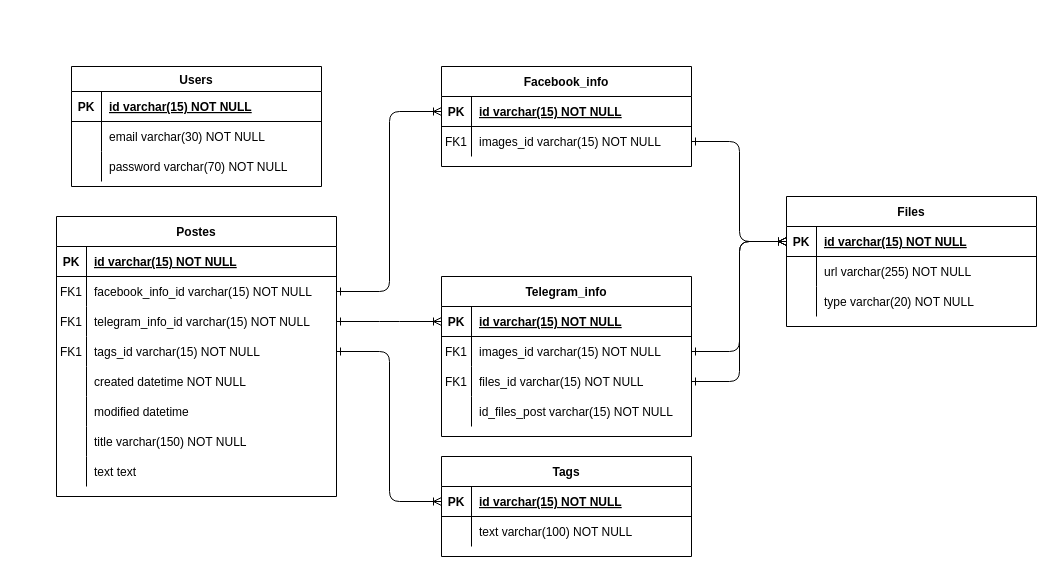
Earlier version of the draw.io diagram BD.drawio (VanyaKupnevskij/postes_services). Source tidied: cells renumbered, new cells numbered last; positions are measured from the earlier drawing's top-left corner, leaving out a move shared by most shapes. Both pictures are drawn from the tidied source at 100%, with x=0, y=0 at pixel (56, 66).
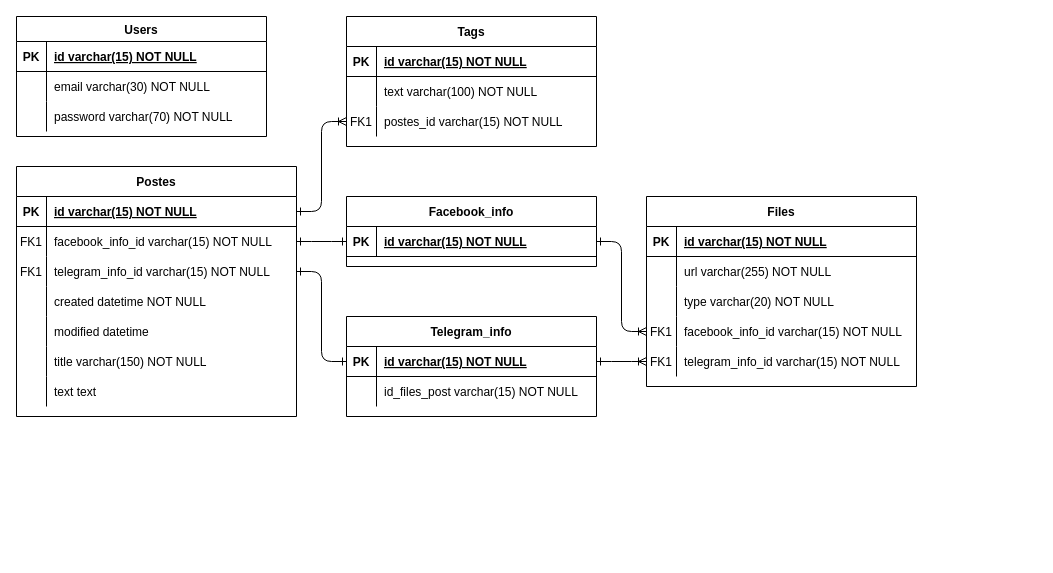
The same diagram, later.

Commit message (it also covers changes not shown here):
update Diagram BD; refactor controllers

Unchanged cells that the change refers to:
```xml
<mxCell id="3" style="shape=partialRectangle;fillColor=none;points=[[0,0.5],[1,0.5]];portConstraint=eastwest;top=0;left=0;right=0;bottom=1;" parent="2" vertex="1">
  <mxGeometry y="30" width="280" height="30" as="geometry" />
</mxCell>
<mxCell id="6" style="shape=partialRectangle;fillColor=none;points=[[0,0.5],[1,0.5]];portConstraint=eastwest;top=0;left=0;right=0;bottom=0;" parent="2" vertex="1">
  <mxGeometry y="60" width="280" height="30" as="geometry" />
</mxCell>
<mxCell id="9" style="shape=partialRectangle;fillColor=none;points=[[0,0.5],[1,0.5]];portConstraint=eastwest;top=0;left=0;right=0;bottom=0;" parent="2" vertex="1">
  <mxGeometry y="90" width="280" height="30" as="geometry" />
</mxCell>
<mxCell id="28" style="shape=partialRectangle;fillColor=none;points=[[0,0.5],[1,0.5]];portConstraint=eastwest;top=0;left=0;right=0;bottom=1;" parent="27" vertex="1">
  <mxGeometry y="30" width="250" height="30" as="geometry" />
</mxCell>
<mxCell id="56" style="shape=partialRectangle;fillColor=none;points=[[0,0.5],[1,0.5]];portConstraint=eastwest;top=0;left=0;right=0;bottom=1;" parent="55" vertex="1">
  <mxGeometry y="30" width="250" height="30" as="geometry" />
</mxCell>
<mxCell id="73" style="shape=partialRectangle;fillColor=none;points=[[0,0.5],[1,0.5]];portConstraint=eastwest;top=0;left=0;right=0;bottom=1;" parent="72" vertex="1">
  <mxGeometry y="30" width="250" height="30" as="geometry" />
</mxCell>
```

Change to the diagram source:
```diff
@@
     <mxCell id="2" value="Postes" style="shape=table;startSize=30;childLayout=tableLayout;rowLines=0;fontStyle=1;align=center;" parent="1" vertex="1">
-      <mxGeometry y="150" width="280" height="280" as="geometry" />
+      <mxGeometry x="-40" y="100" width="280" height="250" as="geometry" />
     </mxCell>
@@
-    <mxCell id="12" style="shape=partialRectangle;fillColor=none;points=[[0,0.5],[1,0.5]];portConstraint=eastwest;top=0;left=0;right=0;bottom=0;" parent="2" vertex="1">
-      <mxGeometry y="120" width="280" height="30" as="geometry" />
-    </mxCell>
-    <mxCell id="13" value="FK1" style="shape=partialRectangle;overflow=hidden;fillColor=none;top=0;left=0;bottom=0;right=0;" parent="12" vertex="1">
-      <mxGeometry width="30" height="30" as="geometry" />
-    </mxCell>
-    <mxCell id="14" value="tags_id varchar(15) NOT NULL" style="shape=partialRectangle;overflow=hidden;fillColor=none;top=0;left=0;bottom=0;right=0;align=left;spacingLeft=6;" parent="12" vertex="1">
-      <mxGeometry x="30" width="250" height="30" as="geometry" />
-    </mxCell>
     <mxCell id="15" style="shape=partialRectangle;fillColor=none;top=0;left=0;right=0;bottom=0;" parent="2" vertex="1">
-      <mxGeometry y="150" width="280" height="30" as="geometry" />
+      <mxGeometry y="120" width="280" height="30" as="geometry" />
     </mxCell>
@@
     <mxCell id="18" style="shape=partialRectangle;fillColor=none;top=0;left=0;right=0;bottom=0;" parent="2" vertex="1">
-      <mxGeometry y="180" width="280" height="30" as="geometry" />
+      <mxGeometry y="150" width="280" height="30" as="geometry" />
     </mxCell>
@@
     <mxCell id="21" style="shape=partialRectangle;fillColor=none;top=0;left=0;right=0;bottom=0;" parent="2" vertex="1">
-      <mxGeometry y="210" width="280" height="30" as="geometry" />
+      <mxGeometry y="180" width="280" height="30" as="geometry" />
     </mxCell>
@@
     <mxCell id="24" style="shape=partialRectangle;fillColor=none;top=0;left=0;right=0;bottom=0;" parent="2" vertex="1">
-      <mxGeometry y="240" width="280" height="30" as="geometry" />
+      <mxGeometry y="210" width="280" height="30" as="geometry" />
     </mxCell>
@@
     <mxCell id="27" value="Facebook_info" style="shape=table;startSize=30;childLayout=tableLayout;rowLines=0;fontStyle=1;align=center;" parent="1" vertex="1">
-      <mxGeometry x="385" width="250" height="100" as="geometry" />
+      <mxGeometry x="290" y="130" width="250" height="70" as="geometry" />
     </mxCell>
@@
-    <mxCell id="31" style="shape=partialRectangle;fillColor=none;points=[[0,0.5],[1,0.5]];portConstraint=eastwest;top=0;left=0;right=0;bottom=0;" parent="27" vertex="1">
-      <mxGeometry y="60" width="250" height="30" as="geometry" />
-    </mxCell>
-    <mxCell id="32" value="FK1" style="shape=partialRectangle;overflow=hidden;fillColor=none;top=0;left=0;bottom=0;right=0;" parent="31" vertex="1">
-      <mxGeometry width="30" height="30" as="geometry" />
-    </mxCell>
-    <mxCell id="33" value="images_id varchar(15) NOT NULL" style="shape=partialRectangle;overflow=hidden;fillColor=none;top=0;left=0;bottom=0;right=0;align=left;spacingLeft=6;" parent="31" vertex="1">
-      <mxGeometry x="30" width="220" height="30" as="geometry" />
-    </mxCell>
     <mxCell id="34" value="Users" style="shape=table;startSize=25;childLayout=tableLayout;rowLines=0;fontStyle=1;align=center;" parent="1" vertex="1">
-      <mxGeometry x="15" width="250" height="120" as="geometry" />
+      <mxGeometry x="-40" y="-50" width="250" height="120" as="geometry" />
     </mxCell>
@@
     <mxCell id="44" value="Files" style="shape=table;startSize=30;childLayout=tableLayout;rowLines=0;fontStyle=1;align=center;" parent="1" vertex="1">
-      <mxGeometry x="730" y="130" width="250" height="130" as="geometry" />
+      <mxGeometry x="590" y="130" width="270" height="190" as="geometry" />
     </mxCell>
     <mxCell id="45" style="shape=partialRectangle;fillColor=none;points=[[0,0.5],[1,0.5]];portConstraint=eastwest;top=0;left=0;right=0;bottom=1;" parent="44" vertex="1">
-      <mxGeometry y="30" width="250" height="30" as="geometry" />
+      <mxGeometry y="30" width="270" height="30" as="geometry" />
     </mxCell>
@@
     <mxCell id="47" value="id varchar(15) NOT NULL " style="shape=partialRectangle;overflow=hidden;fillColor=none;top=0;left=0;bottom=0;right=0;align=left;spacingLeft=6;fontStyle=5;" parent="45" vertex="1">
-      <mxGeometry x="30" width="220" height="30" as="geometry" />
+      <mxGeometry x="30" width="240" height="30" as="geometry" />
     </mxCell>
     <mxCell id="48" style="shape=partialRectangle;fillColor=none;top=0;left=0;right=0;bottom=0;" parent="44" vertex="1">
-      <mxGeometry y="60" width="250" height="30" as="geometry" />
+      <mxGeometry y="60" width="270" height="30" as="geometry" />
     </mxCell>
@@
     <mxCell id="50" value="url varchar(255) NOT NULL" style="shape=partialRectangle;overflow=hidden;fillColor=none;top=0;left=0;bottom=0;right=0;align=left;spacingLeft=6;" parent="48" vertex="1">
-      <mxGeometry x="30" width="220" height="30" as="geometry" />
+      <mxGeometry x="30" width="240" height="30" as="geometry" />
     </mxCell>
     <mxCell id="51" style="shape=partialRectangle;fillColor=none;top=0;left=0;right=0;bottom=0;" parent="44" vertex="1">
-      <mxGeometry y="90" width="250" height="30" as="geometry" />
+      <mxGeometry y="90" width="270" height="30" as="geometry" />
     </mxCell>
@@
     <mxCell id="53" value="type varchar(20) NOT NULL" style="shape=partialRectangle;overflow=hidden;fillColor=none;top=0;left=0;bottom=0;right=0;align=left;spacingLeft=6;" parent="51" vertex="1">
-      <mxGeometry x="30" width="220" height="30" as="geometry" />
+      <mxGeometry x="30" width="240" height="30" as="geometry" />
     </mxCell>
+    <mxCell id="31" style="shape=partialRectangle;fillColor=none;points=[[0,0.5],[1,0.5]];portConstraint=eastwest;top=0;left=0;right=0;bottom=0;" parent="44" vertex="1">
+      <mxGeometry y="120" width="270" height="30" as="geometry" />
+    </mxCell>
+    <mxCell id="32" value="FK1" style="shape=partialRectangle;overflow=hidden;fillColor=none;top=0;left=0;bottom=0;right=0;" parent="31" vertex="1">
+      <mxGeometry width="30" height="30" as="geometry" />
+    </mxCell>
+    <mxCell id="33" value="facebook_info_id varchar(15) NOT NULL" style="shape=partialRectangle;overflow=hidden;fillColor=none;top=0;left=0;bottom=0;right=0;align=left;spacingLeft=6;" parent="31" vertex="1">
+      <mxGeometry x="30" width="240" height="30" as="geometry" />
+    </mxCell>
+    <mxCell id="80" style="shape=partialRectangle;fillColor=none;points=[[0,0.5],[1,0.5]];portConstraint=eastwest;top=0;left=0;right=0;bottom=0;" parent="44" vertex="1">
+      <mxGeometry y="150" width="270" height="30" as="geometry" />
+    </mxCell>
+    <mxCell id="81" value="FK1" style="shape=partialRectangle;overflow=hidden;fillColor=none;top=0;left=0;bottom=0;right=0;" parent="80" vertex="1">
+      <mxGeometry width="30" height="30" as="geometry" />
+    </mxCell>
+    <mxCell id="82" value="telegram_info_id varchar(15) NOT NULL" style="shape=partialRectangle;overflow=hidden;fillColor=none;top=0;left=0;bottom=0;right=0;align=left;spacingLeft=6;" parent="80" vertex="1">
+      <mxGeometry x="30" width="240" height="30" as="geometry" />
+    </mxCell>
-    <mxCell id="54" style="edgeStyle=elbowEdgeStyle;html=1;startArrow=ERone;startFill=0;endArrow=ERoneToMany;endFill=0;" parent="1" edge="1" source="6" target="28">
+    <mxCell id="54" style="edgeStyle=elbowEdgeStyle;html=1;startArrow=ERone;startFill=0;endArrow=ERone;endFill=0;" parent="1" edge="1" source="6" target="28">
       <mxGeometry relative="1" as="geometry" />
     </mxCell>
     <mxCell id="55" value="Telegram_info" style="shape=table;startSize=30;childLayout=tableLayout;rowLines=0;fontStyle=1;align=center;" parent="1" vertex="1">
-      <mxGeometry x="385" y="210" width="250" height="160" as="geometry" />
+      <mxGeometry x="290" y="250" width="250" height="100" as="geometry" />
     </mxCell>
@@
-    <mxCell id="59" style="shape=partialRectangle;fillColor=none;points=[[0,0.5],[1,0.5]];portConstraint=eastwest;top=0;left=0;right=0;bottom=0;" parent="55" vertex="1">
-      <mxGeometry y="60" width="250" height="30" as="geometry" />
-    </mxCell>
-    <mxCell id="60" value="FK1" style="shape=partialRectangle;overflow=hidden;fillColor=none;top=0;left=0;bottom=0;right=0;" parent="59" vertex="1">
-      <mxGeometry width="30" height="30" as="geometry" />
-    </mxCell>
-    <mxCell id="61" value="images_id varchar(15) NOT NULL" style="shape=partialRectangle;overflow=hidden;fillColor=none;top=0;left=0;bottom=0;right=0;align=left;spacingLeft=6;" parent="59" vertex="1">
-      <mxGeometry x="30" width="220" height="30" as="geometry" />
-    </mxCell>
-    <mxCell id="62" style="shape=partialRectangle;fillColor=none;points=[[0,0.5],[1,0.5]];portConstraint=eastwest;top=0;left=0;right=0;bottom=0;" parent="55" vertex="1">
-      <mxGeometry y="90" width="250" height="30" as="geometry" />
-    </mxCell>
-    <mxCell id="63" value="FK1" style="shape=partialRectangle;overflow=hidden;fillColor=none;top=0;left=0;bottom=0;right=0;" parent="62" vertex="1">
-      <mxGeometry width="30" height="30" as="geometry" />
-    </mxCell>
-    <mxCell id="64" value="files_id varchar(15) NOT NULL" style="shape=partialRectangle;overflow=hidden;fillColor=none;top=0;left=0;bottom=0;right=0;align=left;spacingLeft=6;" parent="62" vertex="1">
-      <mxGeometry x="30" width="220" height="30" as="geometry" />
-    </mxCell>
     <mxCell id="65" style="shape=partialRectangle;fillColor=none;top=0;left=0;right=0;bottom=0;" parent="55" vertex="1">
-      <mxGeometry y="120" width="250" height="30" as="geometry" />
+      <mxGeometry y="60" width="250" height="30" as="geometry" />
     </mxCell>
@@
-    <mxCell id="68" style="edgeStyle=elbowEdgeStyle;html=1;startArrow=ERone;startFill=0;endArrow=ERoneToMany;endFill=0;" parent="1" edge="1" source="9" target="56">
+    <mxCell id="68" style="edgeStyle=elbowEdgeStyle;html=1;startArrow=ERone;startFill=0;endArrow=ERone;endFill=0;" parent="1" edge="1" source="9" target="56">
       <mxGeometry relative="1" as="geometry" />
     </mxCell>
-    <mxCell id="69" style="edgeStyle=elbowEdgeStyle;html=1;startArrow=ERone;startFill=0;endArrow=ERoneToMany;endFill=0;" parent="1" edge="1" source="59" target="45">
-      <mxGeometry relative="1" as="geometry" />
-    </mxCell>
-    <mxCell id="70" style="edgeStyle=elbowEdgeStyle;html=1;entryX=0;entryY=0.5;entryDx=0;entryDy=0;startArrow=ERone;startFill=0;endArrow=ERoneToMany;endFill=0;" parent="1" edge="1" source="31" target="45">
-      <mxGeometry relative="1" as="geometry" />
-    </mxCell>
-    <mxCell id="71" style="edgeStyle=elbowEdgeStyle;html=1;entryX=0;entryY=0.5;entryDx=0;entryDy=0;startArrow=ERone;startFill=0;endArrow=ERoneToMany;endFill=0;" parent="1" edge="1" source="62" target="45">
-      <mxGeometry relative="1" as="geometry" />
-    </mxCell>
     <mxCell id="72" value="Tags" style="shape=table;startSize=30;childLayout=tableLayout;rowLines=0;fontStyle=1;align=center;" parent="1" vertex="1">
-      <mxGeometry x="385" y="390" width="250" height="100" as="geometry" />
+      <mxGeometry x="290" y="-50" width="250" height="130" as="geometry" />
     </mxCell>
@@
-    <mxCell id="79" style="edgeStyle=elbowEdgeStyle;html=1;startArrow=ERone;startFill=0;endArrow=ERoneToMany;endFill=0;" parent="1" edge="1" source="12" target="73">
-      <mxGeometry relative="1" as="geometry" />
-    </mxCell>
+    <mxCell id="62" style="shape=partialRectangle;fillColor=none;points=[[0,0.5],[1,0.5]];portConstraint=eastwest;top=0;left=0;right=0;bottom=0;" parent="72" vertex="1">
+      <mxGeometry y="90" width="250" height="30" as="geometry" />
+    </mxCell>
+    <mxCell id="83" value="FK1" style="shape=partialRectangle;overflow=hidden;fillColor=none;top=0;left=0;bottom=0;right=0;" parent="62" vertex="1">
+      <mxGeometry width="30" height="30" as="geometry" />
+    </mxCell>
+    <mxCell id="84" value="postes_id varchar(15) NOT NULL" style="shape=partialRectangle;overflow=hidden;fillColor=none;top=0;left=0;bottom=0;right=0;align=left;spacingLeft=6;" parent="62" vertex="1">
+      <mxGeometry x="30" width="220" height="30" as="geometry" />
+    </mxCell>
+    <mxCell id="85" style="edgeStyle=elbowEdgeStyle;html=1;startArrow=ERoneToMany;startFill=0;endArrow=ERone;endFill=0;" parent="1" edge="1" source="62" target="3">
+      <mxGeometry relative="1" as="geometry" />
+    </mxCell>
+    <mxCell id="86" style="edgeStyle=elbowEdgeStyle;html=1;startArrow=ERoneToMany;startFill=0;endArrow=ERone;endFill=0;" parent="1" edge="1" source="31" target="28">
+      <mxGeometry relative="1" as="geometry" />
+    </mxCell>
+    <mxCell id="87" style="edgeStyle=elbowEdgeStyle;html=1;startArrow=ERoneToMany;startFill=0;endArrow=ERone;endFill=0;" parent="1" edge="1" source="80" target="56">
+      <mxGeometry relative="1" as="geometry" />
+    </mxCell>
```
